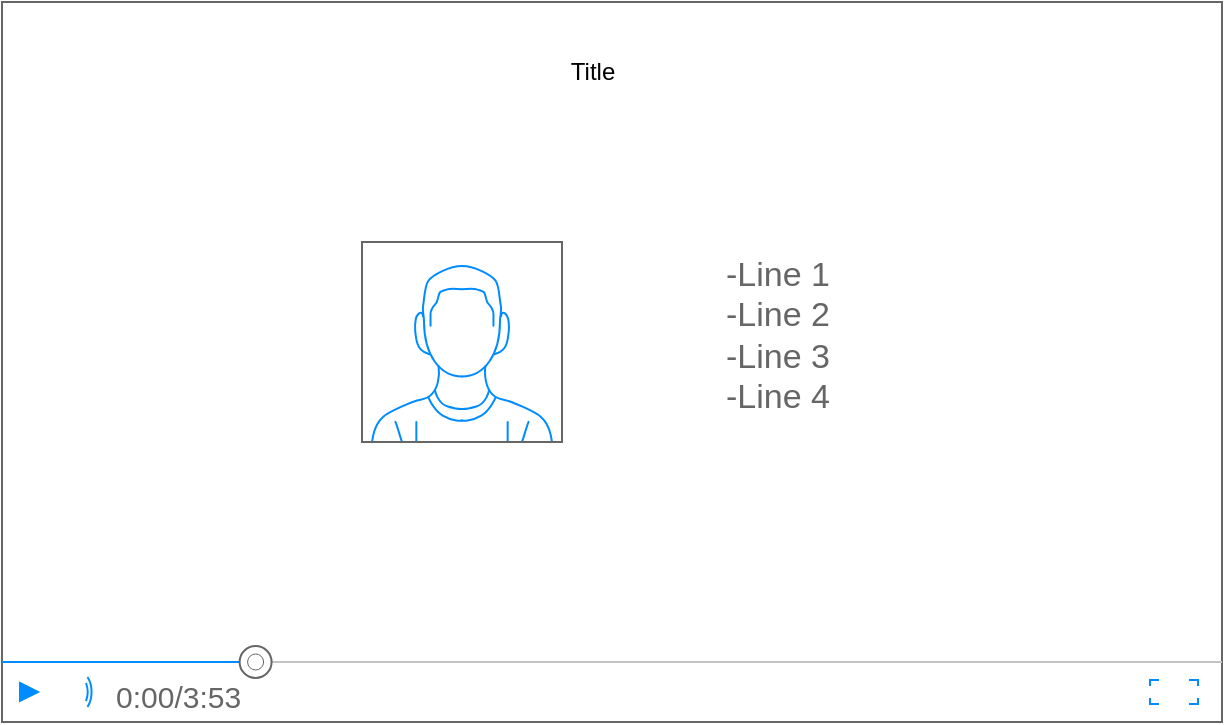
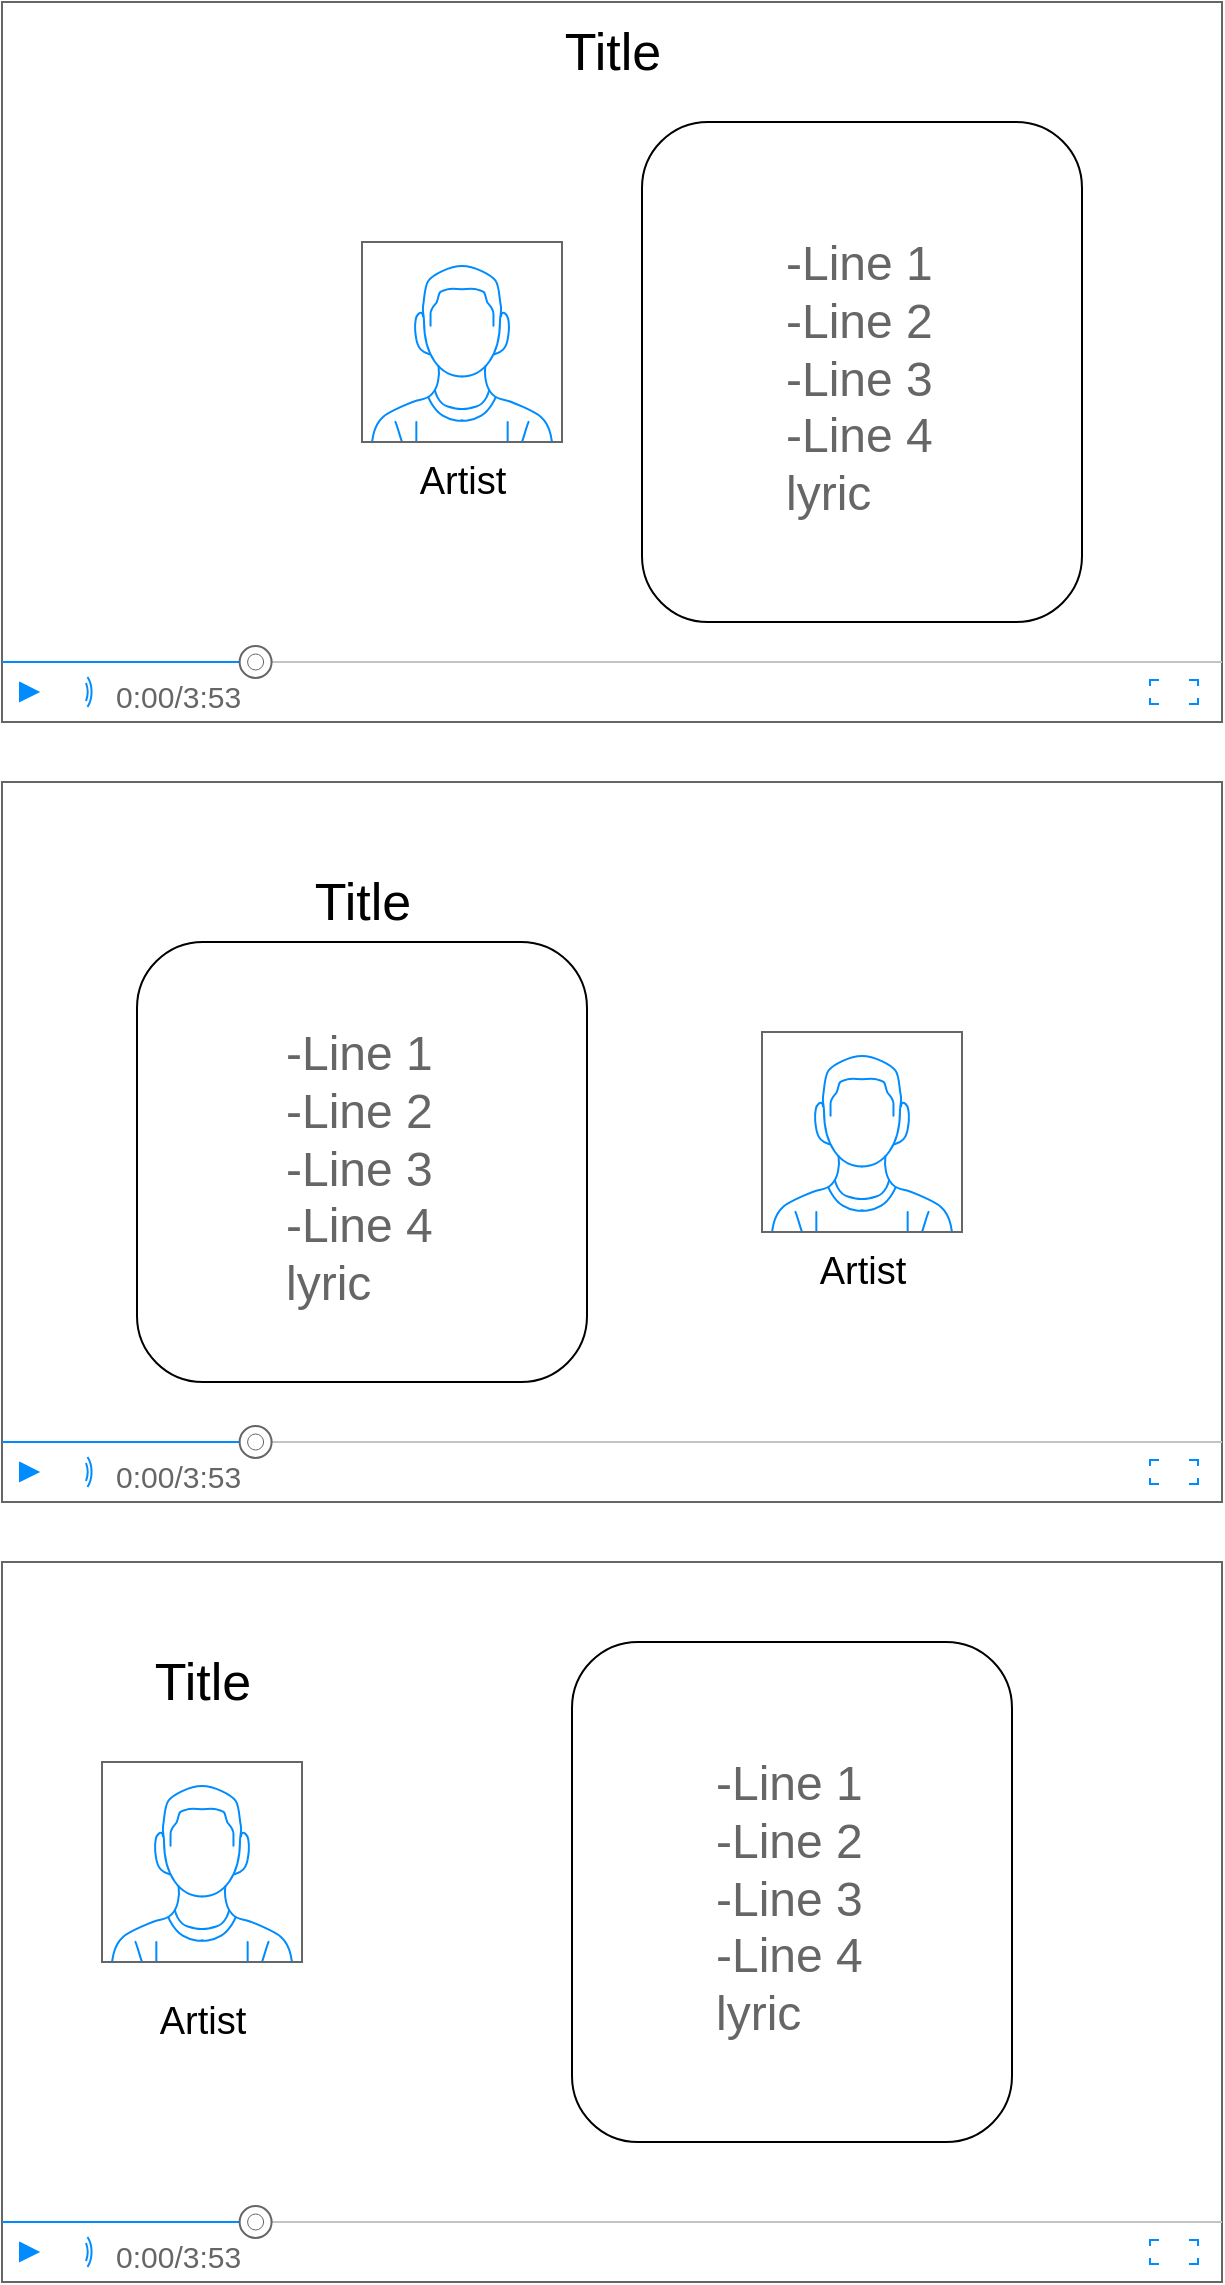
<mxfile host="65bd71144e">
    <diagram id="bLb7NkErZgZ26dDfaCZJ" name="Page-1">
-         <mxGraphModel dx="992" dy="428" grid="1" gridSize="10" guides="1" tooltips="1" connect="1" arrows="1" fold="1" page="1" pageScale="1" pageWidth="850" pageHeight="1100" math="0" shadow="0">
+         <mxGraphModel dx="1700" dy="733" grid="1" gridSize="10" guides="1" tooltips="1" connect="1" arrows="1" fold="1" page="1" pageScale="1" pageWidth="850" pageHeight="1100" math="0" shadow="0">
            <root>
                <mxCell id="0"/>
                <mxCell id="1" parent="0"/>
-                 <mxCell id="6" value="" style="verticalLabelPosition=bottom;shadow=0;dashed=0;align=center;html=1;verticalAlign=top;strokeWidth=1;shape=mxgraph.mockup.containers.videoPlayer;strokeColor=#666666;strokeColor2=#008cff;strokeColor3=#c4c4c4;textColor=#666666;fillColor2=#008cff;barHeight=30;barPos=20;" vertex="1" parent="1">
+                 <mxCell id="6" value="" style="verticalLabelPosition=bottom;shadow=0;dashed=0;align=center;html=1;verticalAlign=top;strokeWidth=1;shape=mxgraph.mockup.containers.videoPlayer;strokeColor=#666666;strokeColor2=#008cff;strokeColor3=#c4c4c4;textColor=#666666;fillColor2=#008cff;barHeight=30;barPos=20;" parent="1" vertex="1">
                    <mxGeometry x="130" y="110" width="610" height="360" as="geometry"/>
                </mxCell>
-                 <mxCell id="3" value="" style="verticalLabelPosition=bottom;shadow=0;dashed=0;align=center;html=1;verticalAlign=top;strokeWidth=1;shape=mxgraph.mockup.containers.userMale;strokeColor=#666666;strokeColor2=#008cff;" vertex="1" parent="1">
+                 <mxCell id="3" value="" style="verticalLabelPosition=bottom;shadow=0;dashed=0;align=center;html=1;verticalAlign=top;strokeWidth=1;shape=mxgraph.mockup.containers.userMale;strokeColor=#666666;strokeColor2=#008cff;" parent="1" vertex="1">
                    <mxGeometry x="310" y="230" width="100" height="100" as="geometry"/>
                </mxCell>
-                 <mxCell id="5" value="-Line 1&#10;-Line 2&#10;-Line 3&#10;-Line 4" style="strokeWidth=1;shadow=0;dashed=0;align=center;html=1;shape=mxgraph.mockup.text.bulletedList;textColor=#666666;mainText=,,,,;textSize=17;bulletStyle=none;strokeColor=none;fillColor=none;align=left;verticalAlign=top;fontSize=17;fontColor=#666666;" vertex="1" parent="1">
-                     <mxGeometry x="490" y="230" width="70" height="90" as="geometry"/>
+                 <mxCell id="7" value="Title" style="text;html=1;align=center;verticalAlign=middle;resizable=0;points=[];autosize=1;strokeColor=none;fillColor=none;fontSize=26;" parent="1" vertex="1">
+                     <mxGeometry x="400" y="115" width="70" height="40" as="geometry"/>
                </mxCell>
-                 <mxCell id="7" value="Title" style="text;html=1;align=center;verticalAlign=middle;resizable=0;points=[];autosize=1;strokeColor=none;fillColor=none;" vertex="1" parent="1">
-                     <mxGeometry x="400" y="130" width="50" height="30" as="geometry"/>
+                 <mxCell id="8" value="" style="verticalLabelPosition=bottom;shadow=0;dashed=0;align=center;html=1;verticalAlign=top;strokeWidth=1;shape=mxgraph.mockup.containers.videoPlayer;strokeColor=#666666;strokeColor2=#008cff;strokeColor3=#c4c4c4;textColor=#666666;fillColor2=#008cff;barHeight=30;barPos=20;" parent="1" vertex="1">
+                     <mxGeometry x="130" y="500" width="610" height="360" as="geometry"/>
+                 </mxCell>
+                 <mxCell id="9" value="" style="verticalLabelPosition=bottom;shadow=0;dashed=0;align=center;html=1;verticalAlign=top;strokeWidth=1;shape=mxgraph.mockup.containers.userMale;strokeColor=#666666;strokeColor2=#008cff;" parent="1" vertex="1">
+                     <mxGeometry x="510" y="625" width="100" height="100" as="geometry"/>
+                 </mxCell>
+                 <mxCell id="12" value="" style="verticalLabelPosition=bottom;shadow=0;dashed=0;align=center;html=1;verticalAlign=top;strokeWidth=1;shape=mxgraph.mockup.containers.videoPlayer;strokeColor=#666666;strokeColor2=#008cff;strokeColor3=#c4c4c4;textColor=#666666;fillColor2=#008cff;barHeight=30;barPos=20;" parent="1" vertex="1">
+                     <mxGeometry x="130" y="890" width="610" height="360" as="geometry"/>
+                 </mxCell>
+                 <mxCell id="13" value="" style="verticalLabelPosition=bottom;shadow=0;dashed=0;align=center;html=1;verticalAlign=top;strokeWidth=1;shape=mxgraph.mockup.containers.userMale;strokeColor=#666666;strokeColor2=#008cff;" parent="1" vertex="1">
+                     <mxGeometry x="180" y="990" width="100" height="100" as="geometry"/>
+                 </mxCell>
+                 <mxCell id="16" value="Title" style="text;html=1;align=center;verticalAlign=middle;resizable=0;points=[];autosize=1;strokeColor=none;fillColor=none;fontSize=26;" vertex="1" parent="1">
+                     <mxGeometry x="275" y="540" width="70" height="40" as="geometry"/>
+                 </mxCell>
+                 <mxCell id="17" value="Title" style="text;html=1;align=center;verticalAlign=middle;resizable=0;points=[];autosize=1;strokeColor=none;fillColor=none;fontSize=26;" vertex="1" parent="1">
+                     <mxGeometry x="195" y="930" width="70" height="40" as="geometry"/>
+                 </mxCell>
+                 <mxCell id="18" value="Artist" style="text;html=1;align=center;verticalAlign=middle;resizable=0;points=[];autosize=1;strokeColor=none;fillColor=none;fontSize=19;" vertex="1" parent="1">
+                     <mxGeometry x="195" y="1100" width="70" height="40" as="geometry"/>
+                 </mxCell>
+                 <mxCell id="19" value="Artist" style="text;html=1;align=center;verticalAlign=middle;resizable=0;points=[];autosize=1;strokeColor=none;fillColor=none;fontSize=19;" vertex="1" parent="1">
+                     <mxGeometry x="525" y="725" width="70" height="40" as="geometry"/>
+                 </mxCell>
+                 <mxCell id="20" value="Artist" style="text;html=1;align=center;verticalAlign=middle;resizable=0;points=[];autosize=1;strokeColor=none;fillColor=none;fontSize=19;" vertex="1" parent="1">
+                     <mxGeometry x="325" y="330" width="70" height="40" as="geometry"/>
+                 </mxCell>
+                 <mxCell id="21" value="" style="rounded=1;whiteSpace=wrap;html=1;fontSize=19;" vertex="1" parent="1">
+                     <mxGeometry x="415" y="930" width="220" height="250" as="geometry"/>
+                 </mxCell>
+                 <mxCell id="14" value="-Line 1&lt;br&gt;-Line 2&lt;br&gt;-Line 3&lt;br&gt;-Line 4&lt;br&gt;lyric" style="strokeWidth=1;shadow=0;dashed=0;align=center;html=1;shape=mxgraph.mockup.text.bulletedList;textColor=#666666;mainText=,,,,;textSize=17;bulletStyle=none;strokeColor=none;fillColor=none;align=left;verticalAlign=top;fontSize=24;fontColor=#666666;" parent="1" vertex="1">
+                     <mxGeometry x="485" y="980" width="80" height="150" as="geometry"/>
+                 </mxCell>
+                 <mxCell id="22" value="" style="rounded=1;whiteSpace=wrap;html=1;fontSize=19;" vertex="1" parent="1">
+                     <mxGeometry x="197.5" y="580" width="225" height="220" as="geometry"/>
+                 </mxCell>
+                 <mxCell id="23" value="-Line 1&lt;br&gt;-Line 2&lt;br&gt;-Line 3&lt;br&gt;-Line 4&lt;br&gt;lyric" style="strokeWidth=1;shadow=0;dashed=0;align=center;html=1;shape=mxgraph.mockup.text.bulletedList;textColor=#666666;mainText=,,,,;textSize=17;bulletStyle=none;strokeColor=none;fillColor=none;align=left;verticalAlign=top;fontSize=24;fontColor=#666666;" vertex="1" parent="1">
+                     <mxGeometry x="270" y="615" width="80" height="150" as="geometry"/>
+                 </mxCell>
+                 <mxCell id="24" value="" style="rounded=1;whiteSpace=wrap;html=1;fontSize=19;" vertex="1" parent="1">
+                     <mxGeometry x="450" y="170" width="220" height="250" as="geometry"/>
+                 </mxCell>
+                 <mxCell id="25" value="-Line 1&lt;br&gt;-Line 2&lt;br&gt;-Line 3&lt;br&gt;-Line 4&lt;br&gt;lyric" style="strokeWidth=1;shadow=0;dashed=0;align=center;html=1;shape=mxgraph.mockup.text.bulletedList;textColor=#666666;mainText=,,,,;textSize=17;bulletStyle=none;strokeColor=none;fillColor=none;align=left;verticalAlign=top;fontSize=24;fontColor=#666666;" vertex="1" parent="1">
+                     <mxGeometry x="520" y="220" width="80" height="150" as="geometry"/>
                </mxCell>
            </root>
        </mxGraphModel>
    </diagram>
</mxfile>